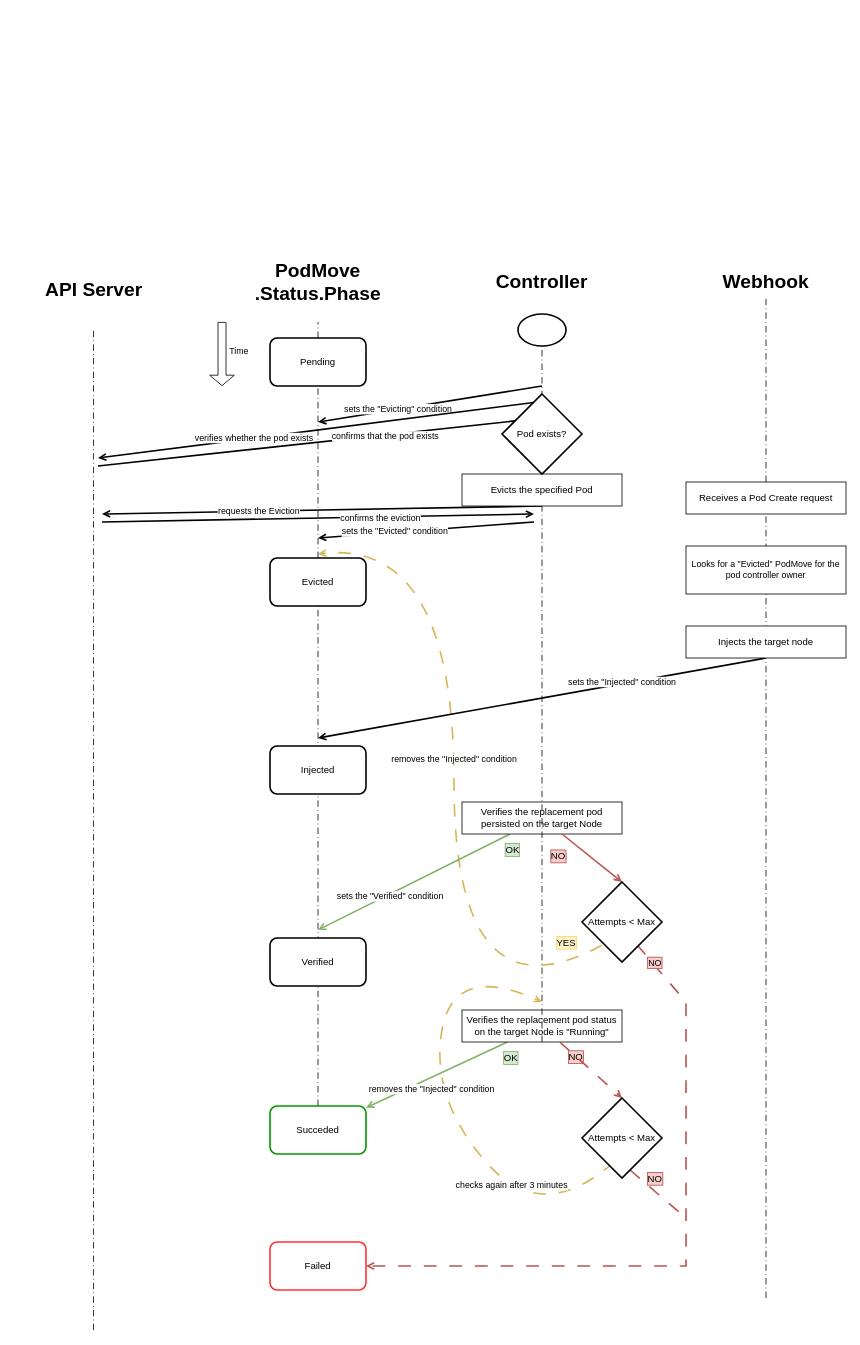
Before: notes/timeline-evicting.drawio in andreabuon/podtetris, a draw.io diagram. Source tidied: cells renumbered, new cells numbered last; positions are measured from the earlier drawing's top-left corner, leaving out a move shared by most shapes. Both pictures are drawn from the tidied source at 80%, with x=0, y=0 at pixel (14, 266).
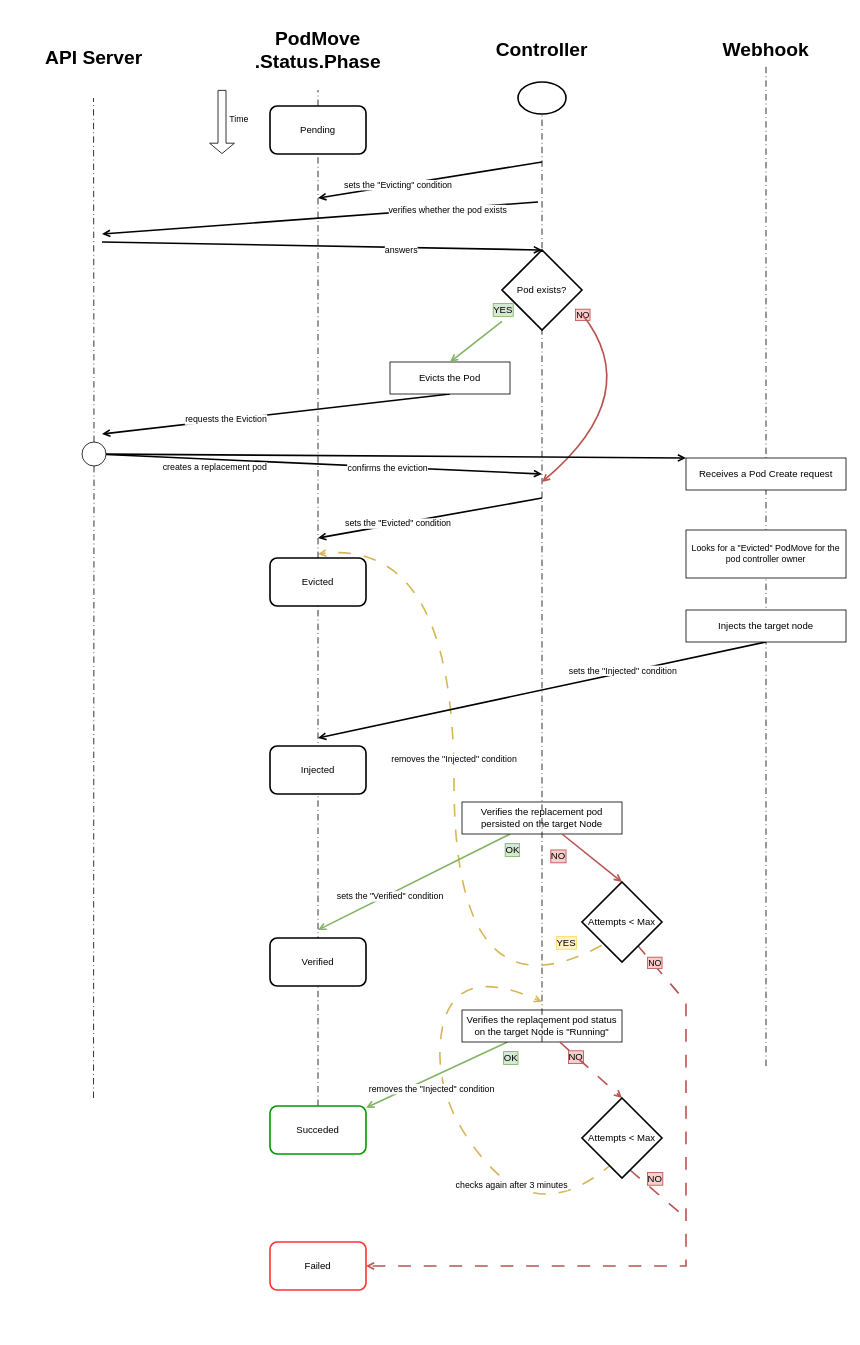
The same page after the edit.

Commit message (it also covers changes not shown here):
docs(timelines): add api server to normal timeline, add evicting condition, fix geometry/anchors in all diagrams, imprpvoe clarity crash

Unchanged cells that the change refers to:
```xml
<mxCell id="28" value="Verifies the replacement pod status on the target Node is &quot;Running&quot;" style="rounded=0;whiteSpace=wrap;html=1;" parent="1" vertex="1">
  <mxGeometry x="560" y="930" width="200" height="40" as="geometry" />
</mxCell>
```

Diff of the diagram source:
```diff
@@
-    <mxCell id="2" style="endArrow=none;html=1;rounded=0;dashed=1;dashPattern=8 4 1 4;exitX=0.5;exitY=1;exitDx=0;exitDy=0;" parent="1" edge="1" source="58" target="38">
+    <mxCell id="2" style="endArrow=none;html=1;rounded=0;dashed=1;dashPattern=8 4 1 4;exitX=0.5;exitY=1;exitDx=0;exitDy=0;" parent="1" edge="1" source="63" target="38">
       <mxGeometry relative="1" as="geometry" />
     </mxCell>
@@
     <mxCell id="7" style="endArrow=none;html=1;rounded=0;dashed=1;dashPattern=8 4 1 4;entryX=0.5;entryY=1;entryDx=0;entryDy=0;" parent="1" edge="1" target="19">
       <mxGeometry relative="1" as="geometry">
-        <mxPoint x="940" y="1290" as="sourcePoint" />
+        <mxPoint x="940" y="1000" as="sourcePoint" />
       </mxGeometry>
     </mxCell>
     <mxCell id="8" style="endArrow=none;html=1;rounded=0;dashed=1;dashPattern=8 4 1 4;" parent="1" edge="1" source="30">
       <mxGeometry relative="1" as="geometry">
-        <mxPoint x="380" y="70" as="targetPoint" />
+        <mxPoint x="380" y="-220" as="targetPoint" />
       </mxGeometry>
     </mxCell>
@@
     <mxCell id="10" value="&lt;h1&gt;PodMove .Status.Phase&lt;/h1&gt;" style="text;html=1;whiteSpace=wrap;strokeColor=none;fillColor=none;align=center;verticalAlign=middle;rounded=0;fontSize=12;fontStyle=0;fontFamily=Helvetica;textShadow=0;labelBorderColor=none;" parent="1" vertex="1">
-      <mxGeometry x="280" width="200" height="40" as="geometry" />
+      <mxGeometry x="280" y="-290" width="200" height="40" as="geometry" />
     </mxCell>
@@
     <mxCell id="14" style="endArrow=open;html=1;rounded=0;exitX=0.5;exitY=1;exitDx=0;exitDy=0;strokeWidth=2;endFill=0;" parent="1" edge="1" source="58">
       <mxGeometry relative="1" as="geometry">
-        <mxPoint x="110" y="310" as="targetPoint" />
+        <mxPoint x="110" y="210" as="targetPoint" />
       </mxGeometry>
     </mxCell>
@@
     <mxCell id="18" value="&lt;h1&gt;Controller&lt;/h1&gt;" style="text;html=1;whiteSpace=wrap;strokeColor=none;fillColor=none;align=center;verticalAlign=middle;rounded=0;fontStyle=0;fontSize=12;fontFamily=Helvetica;textShadow=0;labelBorderColor=none;" parent="1" vertex="1">
-      <mxGeometry x="560" width="200" height="40" as="geometry" />
+      <mxGeometry x="560" y="-290" width="200" height="40" as="geometry" />
     </mxCell>
     <mxCell id="19" value="&lt;h1&gt;Webhook&lt;/h1&gt;" style="text;html=1;whiteSpace=wrap;strokeColor=none;fillColor=none;align=center;verticalAlign=middle;rounded=0;fontStyle=0;fontSize=12;fontFamily=Helvetica;textShadow=0;labelBorderColor=none;" parent="1" vertex="1">
-      <mxGeometry x="840" width="200" height="40" as="geometry" />
+      <mxGeometry x="840" y="-290" width="200" height="40" as="geometry" />
     </mxCell>
@@
     <mxCell id="21" value="Receives a Pod Create request" style="rounded=0;whiteSpace=wrap;html=1;" parent="1" vertex="1">
-      <mxGeometry x="840" y="270" width="200" height="40" as="geometry" />
+      <mxGeometry x="840" y="240" width="200" height="40" as="geometry" />
     </mxCell>
     <mxCell id="22" value="Looks for a &quot;Evicted&quot; PodMove for the pod controller owner" style="rounded=0;whiteSpace=wrap;html=1;fontSize=11;" parent="1" vertex="1">
-      <mxGeometry x="840" y="350" width="200" height="60" as="geometry" />
+      <mxGeometry x="840" y="330" width="200" height="60" as="geometry" />
     </mxCell>
     <mxCell id="23" value="Injects the target node" style="rounded=0;whiteSpace=wrap;html=1;" parent="1" vertex="1">
-      <mxGeometry x="840" y="450" width="200" height="40" as="geometry" />
+      <mxGeometry x="840" y="430" width="200" height="40" as="geometry" />
     </mxCell>
@@
     <mxCell id="30" value="Pending" style="rounded=1;whiteSpace=wrap;html=1;strokeWidth=2;" parent="1" vertex="1">
-      <mxGeometry x="320" y="90" width="120" height="60" as="geometry" />
+      <mxGeometry x="320" y="-200" width="120" height="60" as="geometry" />
     </mxCell>
@@
     <mxCell id="38" style="strokeWidth=2;html=1;shape=mxgraph.flowchart.start_1;whiteSpace=wrap;" parent="1" vertex="1">
-      <mxGeometry x="630" y="60" width="60" height="40" as="geometry" />
+      <mxGeometry x="630" y="-230" width="60" height="40" as="geometry" />
     </mxCell>
@@
     <mxCell id="46" style="shape=flexArrow;endArrow=classic;html=1;rounded=0;strokeWidth=1;startSize=4;endSize=4;" parent="1" edge="1">
       <mxGeometry relative="1" as="geometry">
-        <mxPoint x="260" y="70" as="sourcePoint" />
-        <mxPoint x="260" y="150" as="targetPoint" />
+        <mxPoint x="260" y="-220" as="sourcePoint" />
+        <mxPoint x="260" y="-140" as="targetPoint" />
       </mxGeometry>
     </mxCell>
@@
     <mxCell id="49" value="&lt;h1&gt;API Server&lt;/h1&gt;" style="text;html=1;whiteSpace=wrap;strokeColor=none;fillColor=none;align=center;verticalAlign=middle;rounded=0;fontStyle=0;fontSize=12;fontFamily=Helvetica;textShadow=0;labelBorderColor=none;" parent="1" vertex="1">
-      <mxGeometry y="10" width="200" height="40" as="geometry" />
+      <mxGeometry y="-280" width="200" height="40" as="geometry" />
     </mxCell>
-    <mxCell id="50" style="endArrow=none;html=1;rounded=0;dashed=1;dashPattern=8 4 1 4;entryX=0.5;entryY=1;entryDx=0;entryDy=0;" parent="1" edge="1">
+    <mxCell id="50" style="endArrow=none;html=1;rounded=0;dashed=1;dashPattern=8 4 1 4;entryX=0.5;entryY=1;entryDx=0;entryDy=0;" parent="1" edge="1" source="72">
       <mxGeometry relative="1" as="geometry">
-        <mxPoint x="99.4" y="1330" as="sourcePoint" />
-        <mxPoint x="99.4" y="80" as="targetPoint" />
+        <mxPoint x="99.4" y="-210" as="targetPoint" />
       </mxGeometry>
     </mxCell>
-    <mxCell id="51" style="endArrow=open;html=1;rounded=0;strokeWidth=2;endFill=0;" parent="1" edge="1">
+    <mxCell id="51" style="endArrow=open;html=1;rounded=0;strokeWidth=2;endFill=0;" parent="1" edge="1" source="72">
       <mxGeometry relative="1" as="geometry">
-        <mxPoint x="110" y="320" as="sourcePoint" />
-        <mxPoint x="650" y="310" as="targetPoint" />
+        <mxPoint x="660" y="260" as="targetPoint" />
       </mxGeometry>
     </mxCell>
@@
     <mxCell id="53" style="endArrow=open;html=1;rounded=0;strokeWidth=2;endFill=0;" parent="1" edge="1">
       <mxGeometry relative="1" as="geometry">
-        <mxPoint x="650" y="320" as="sourcePoint" />
+        <mxPoint x="660" y="290" as="sourcePoint" />
         <mxPoint x="380" y="340" as="targetPoint" />
       </mxGeometry>
     </mxCell>
@@
     <mxCell id="55" style="endArrow=open;html=1;rounded=0;strokeWidth=2;endFill=0;" parent="1" edge="1">
       <mxGeometry relative="1" as="geometry">
-        <mxPoint x="660" y="150" as="sourcePoint" />
-        <mxPoint x="380" y="195" as="targetPoint" />
+        <mxPoint x="660" y="-130" as="sourcePoint" />
+        <mxPoint x="380" y="-85" as="targetPoint" />
       </mxGeometry>
     </mxCell>
@@
-    <mxCell id="57" style="endArrow=none;html=1;rounded=0;dashed=1;dashPattern=8 4 1 4;exitX=0.5;exitY=1;exitDx=0;exitDy=0;" parent="1" edge="1" source="28" target="58">
+    <mxCell id="57" style="endArrow=none;html=1;rounded=0;dashed=1;dashPattern=8 4 1 4;exitX=0.5;exitY=1;exitDx=0;exitDy=0;" parent="1" edge="1" source="28" target="63">
       <mxGeometry relative="1" as="geometry" />
     </mxCell>
-    <mxCell id="58" value="Evicts the specified Pod" style="rounded=0;whiteSpace=wrap;html=1;" parent="1" vertex="1">
-      <mxGeometry x="560" y="260" width="200" height="40" as="geometry" />
+    <mxCell id="58" value="Evicts the Pod" style="rounded=0;whiteSpace=wrap;html=1;" parent="1" vertex="1">
+      <mxGeometry x="470" y="120" width="150" height="40" as="geometry" />
     </mxCell>
     <mxCell id="59" style="endArrow=open;html=1;rounded=0;exitX=0.5;exitY=1;exitDx=0;exitDy=0;strokeWidth=2;endFill=0;" parent="1" edge="1">
       <mxGeometry relative="1" as="geometry">
-        <mxPoint x="655" y="170" as="sourcePoint" />
-        <mxPoint x="105" y="240" as="targetPoint" />
+        <mxPoint x="655" y="-80" as="sourcePoint" />
+        <mxPoint x="110" y="-40" as="targetPoint" />
       </mxGeometry>
     </mxCell>
     <mxCell id="60" value="verifies whether the pod exists" style="edgeLabel;html=1;align=center;verticalAlign=middle;" parent="59" vertex="1">
-      <mxGeometry x="0.29" y="-1" relative="1" as="geometry" />
+      <mxGeometry x="0.29" y="-1" relative="1" as="geometry">
+        <mxPoint x="238" y="-15" as="offset" />
+      </mxGeometry>
     </mxCell>
-    <mxCell id="61" style="endArrow=open;html=1;rounded=0;strokeWidth=2;endFill=0;" parent="1" edge="1">
+    <mxCell id="61" style="endArrow=open;html=1;rounded=0;strokeWidth=2;endFill=0;entryX=0.5;entryY=0;entryDx=0;entryDy=0;entryPerimeter=0;" parent="1" edge="1" target="63">
       <mxGeometry relative="1" as="geometry">
-        <mxPoint x="105" y="250" as="sourcePoint" />
-        <mxPoint x="660" y="190" as="targetPoint" />
+        <mxPoint x="110" y="-30" as="sourcePoint" />
       </mxGeometry>
     </mxCell>
-    <mxCell id="62" value="confirms that the pod exists" style="edgeLabel;html=1;align=center;verticalAlign=middle;" parent="61" vertex="1">
-      <mxGeometry x="0.29" y="-1" relative="1" as="geometry" />
-    </mxCell>
+    <mxCell id="64" value="answers" style="edgeLabel;html=1;align=center;verticalAlign=middle;" parent="61" vertex="1">
+      <mxGeometry x="0.36" y="-3" relative="1" as="geometry" />
+    </mxCell>
     <mxCell id="63" value="Pod exists?" style="strokeWidth=2;html=1;shape=mxgraph.flowchart.decision;whiteSpace=wrap;" parent="1" vertex="1">
-      <mxGeometry x="610" y="160" width="100" height="100" as="geometry" />
+      <mxGeometry x="610" y="-20" width="100" height="100" as="geometry" />
     </mxCell>
+    <mxCell id="65" style="endArrow=open;html=1;rounded=0;strokeWidth=2;endFill=0;fillColor=#d5e8d4;strokeColor=#82b366;entryX=0.5;entryY=0;entryDx=0;entryDy=0;" parent="1" edge="1" source="63" target="58">
+      <mxGeometry relative="1" as="geometry" />
+    </mxCell>
+    <mxCell id="66" value="YES" style="edgeLabel;html=1;align=center;verticalAlign=middle;labelBackgroundColor=#d5e8d4;labelBorderColor=#82b366;fontSize=12;" parent="65" vertex="1">
+      <mxGeometry x="-0.56" y="-1" relative="1" as="geometry">
+        <mxPoint x="15" y="-25" as="offset" />
+      </mxGeometry>
+    </mxCell>
+    <mxCell id="67" value="NO" style="edgeLabel;html=1;align=center;verticalAlign=middle;labelBackgroundColor=#f8cecc;labelBorderColor=#b85450;" parent="1" vertex="1">
+      <mxGeometry x="710" y="60" as="geometry" />
+    </mxCell>
+    <mxCell id="68" style="endArrow=open;html=1;rounded=0;strokeWidth=2;endFill=0;fillColor=#f8cecc;strokeColor=#b85450;curved=1;" parent="1" edge="1">
+      <mxGeometry relative="1" as="geometry">
+        <mxPoint x="710" y="60" as="sourcePoint" />
+        <mxPoint x="660" y="270" as="targetPoint" />
+        <Array as="points">
+          <mxPoint x="790" y="160" />
+        </Array>
+      </mxGeometry>
+    </mxCell>
+    <mxCell id="69" style="endArrow=open;html=1;rounded=0;strokeWidth=2;endFill=0;entryX=0;entryY=0;entryDx=0;entryDy=0;" parent="1" edge="1" source="72" target="21">
+      <mxGeometry relative="1" as="geometry" />
+    </mxCell>
+    <mxCell id="70" value="creates a replacement pod" style="edgeLabel;html=1;align=center;verticalAlign=middle;" parent="69" vertex="1">
+      <mxGeometry x="0.29" y="-1" relative="1" as="geometry">
+        <mxPoint x="-332" y="12" as="offset" />
+      </mxGeometry>
+    </mxCell>
+    <mxCell id="71" style="endArrow=none;html=1;rounded=0;dashed=1;dashPattern=8 4 1 4;entryX=0.5;entryY=1;entryDx=0;entryDy=0;" parent="1" edge="1" target="72">
+      <mxGeometry relative="1" as="geometry">
+        <mxPoint x="99.4" y="1040" as="sourcePoint" />
+      </mxGeometry>
+    </mxCell>
+    <mxCell id="72" style="ellipse;whiteSpace=wrap;html=1;shapeInside=1;" parent="1" vertex="1">
+      <mxGeometry x="85" y="220" width="30" height="30" as="geometry" />
+    </mxCell>
```
